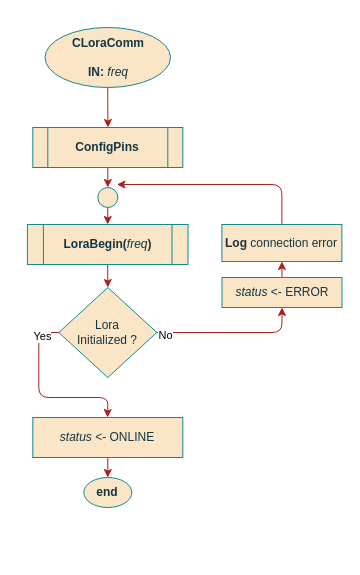
Earlier version of the draw.io diagram page "Constructor" (2 of 4) of documentation/flowcharts/02Classes/CLoraComm.drawio (ESRGgroup9/slipad). Source tidied: cells renumbered, new cells numbered last; positions are measured from the earlier drawing's top-left corner, leaving out a move shared by most shapes. Both pictures are drawn from the tidied source at 100%, with x=0, y=0 at pixel (27, 27).
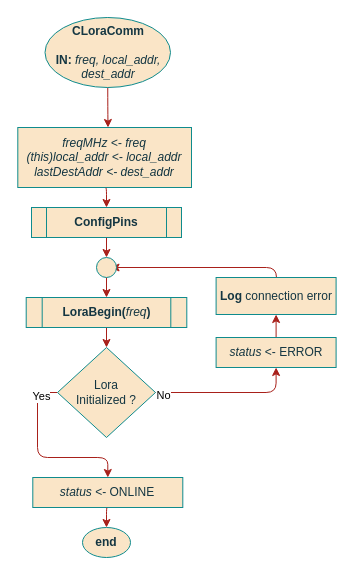
After the change.

Diff of the diagram source:
```diff
@@
-    <mxCell id="3" value="&lt;div&gt;CLoraComm&lt;/div&gt;&lt;div&gt;&lt;br&gt;&lt;/div&gt;&lt;div&gt;IN: &lt;span style=&quot;font-weight: normal&quot;&gt;&lt;i&gt;freq&lt;/i&gt;&lt;/span&gt;&lt;br&gt;&lt;/div&gt;" style="ellipse;whiteSpace=wrap;html=1;fillColor=#FAE5C7;strokeColor=#0F8B8D;fontColor=#143642;fontStyle=1;" parent="1" vertex="1">
-      <mxGeometry x="17.5" width="125.5" height="60" as="geometry" />
+    <mxCell id="3" value="&lt;div&gt;CLoraComm&lt;/div&gt;&lt;div&gt;&lt;br&gt;&lt;/div&gt;&lt;div&gt;IN: &lt;span style=&quot;font-weight: normal&quot;&gt;&lt;i&gt;freq, local_addr, dest_addr&lt;/i&gt;&lt;/span&gt;&lt;br&gt;&lt;/div&gt;" style="ellipse;whiteSpace=wrap;html=1;fillColor=#FAE5C7;strokeColor=#0F8B8D;fontColor=#143642;fontStyle=1;" parent="1" vertex="1">
+      <mxGeometry x="17.5" y="-10" width="125.5" height="70" as="geometry" />
     </mxCell>
     <mxCell id="4" value="end" style="ellipse;whiteSpace=wrap;html=1;fillColor=#FAE5C7;strokeColor=#0F8B8D;fontColor=#143642;fontStyle=1;" parent="1" vertex="1">
-      <mxGeometry x="56.3" y="450" width="48" height="30" as="geometry" />
+      <mxGeometry x="55" y="500" width="48" height="30" as="geometry" />
     </mxCell>
@@
     <mxCell id="6" value="LoraBegin(&lt;i&gt;&lt;span style=&quot;font-weight: normal&quot;&gt;freq&lt;/span&gt;&lt;/i&gt;)" style="shape=process;whiteSpace=wrap;html=1;backgroundOutline=1;rounded=0;sketch=0;fontColor=#143642;strokeColor=#0F8B8D;fillColor=#FAE5C7;fontStyle=1;" parent="1" vertex="1">
-      <mxGeometry x="-0.1" y="197" width="160.6" height="40" as="geometry" />
+      <mxGeometry x="-1.3" y="270" width="160.6" height="30" as="geometry" />
     </mxCell>
-    <mxCell id="7" style="edgeStyle=orthogonalEdgeStyle;rounded=1;jettySize=auto;html=1;exitX=0.5;exitY=0;exitDx=0;exitDy=0;fontSize=11;strokeColor=#A8201A;startArrow=none;" parent="1" edge="1" source="17">
+    <mxCell id="7" style="edgeStyle=orthogonalEdgeStyle;rounded=1;orthogonalLoop=1;jettySize=auto;html=1;fontSize=11;strokeColor=#A8201A;startArrow=none;" parent="1" edge="1">
       <mxGeometry relative="1" as="geometry">
-        <mxPoint x="89.4" y="157" as="targetPoint" />
+        <mxPoint x="249" y="280" as="sourcePoint" />
+        <mxPoint x="83.5" y="240" as="targetPoint" />
         <Array as="points">
-          <mxPoint x="254.4" y="157" />
+          <mxPoint x="248.5" y="240" />
         </Array>
       </mxGeometry>
     </mxCell>
@@
-    <mxCell id="10" style="edgeStyle=orthogonalEdgeStyle;rounded=1;jettySize=auto;html=1;exitX=0;exitY=0.5;exitDx=0;exitDy=0;strokeColor=#A8201A;" parent="1" edge="1" source="12">
-      <mxGeometry relative="1" as="geometry">
-        <mxPoint x="80" y="390" as="targetPoint" />
-      </mxGeometry>
+    <mxCell id="10" style="edgeStyle=orthogonalEdgeStyle;rounded=1;jettySize=auto;html=1;exitX=0;exitY=0.5;exitDx=0;exitDy=0;strokeColor=#A8201A;entryX=0.5;entryY=0;entryDx=0;entryDy=0;" parent="1" edge="1" source="12" target="19">
+      <mxGeometry relative="1" as="geometry" />
     </mxCell>
@@
     <mxCell id="12" value="&lt;div&gt;Lora&lt;/div&gt;&lt;div&gt;Initialized ?&lt;/div&gt;" style="rhombus;whiteSpace=wrap;html=1;rounded=0;sketch=0;fontColor=#143642;strokeColor=#0F8B8D;fillColor=#FAE5C7;" parent="1" vertex="1">
-      <mxGeometry x="31.3" y="260" width="98" height="90" as="geometry" />
+      <mxGeometry x="30" y="320" width="98" height="90" as="geometry" />
     </mxCell>
@@
     <mxCell id="15" value="ConfigPins" style="shape=process;whiteSpace=wrap;html=1;backgroundOutline=1;rounded=0;sketch=0;fontColor=#143642;strokeColor=#0F8B8D;fillColor=#FAE5C7;fontStyle=1;" parent="1" vertex="1">
-      <mxGeometry x="5.3" y="100" width="150" height="40" as="geometry" />
+      <mxGeometry x="4" y="180" width="150" height="30" as="geometry" />
     </mxCell>
     <mxCell id="16" style="ellipse;whiteSpace=wrap;html=1;rounded=0;sketch=0;fontColor=#143642;strokeColor=#0F8B8D;fillColor=#FAE5C7;" parent="1" vertex="1">
-      <mxGeometry x="70.3" y="160" width="20" height="20" as="geometry" />
+      <mxGeometry x="69" y="230" width="20" height="20" as="geometry" />
     </mxCell>
     <mxCell id="17" value="&lt;b&gt;Log&lt;/b&gt; connection error" style="rounded=0;whiteSpace=wrap;html=1;sketch=0;fontColor=#143642;strokeColor=#0F8B8D;fillColor=#FAE5C7;" parent="1" vertex="1">
-      <mxGeometry x="194.4" y="197" width="120" height="37" as="geometry" />
+      <mxGeometry x="188.6" y="250" width="120" height="37" as="geometry" />
     </mxCell>
@@
     <mxCell id="19" value="&lt;i&gt;status&lt;/i&gt; &amp;lt;- ONLINE" style="rounded=0;whiteSpace=wrap;html=1;sketch=0;fontColor=#143642;strokeColor=#0F8B8D;fillColor=#FAE5C7;" parent="1" vertex="1">
-      <mxGeometry x="5.3" y="390" width="150" height="40" as="geometry" />
+      <mxGeometry x="5.3" y="450" width="150" height="30" as="geometry" />
     </mxCell>
@@
     <mxCell id="21" value="&lt;i&gt;status&lt;/i&gt; &amp;lt;- ERROR" style="rounded=0;whiteSpace=wrap;html=1;sketch=0;fontColor=#143642;strokeColor=#0F8B8D;fillColor=#FAE5C7;" parent="1" vertex="1">
-      <mxGeometry x="194.5" y="250" width="120" height="30" as="geometry" />
+      <mxGeometry x="188.6" y="310" width="120" height="30" as="geometry" />
     </mxCell>
+    <mxCell id="22" style="edgeStyle=orthogonalEdgeStyle;rounded=1;jettySize=auto;html=1;exitX=0.5;exitY=1;exitDx=0;exitDy=0;entryX=0.5;entryY=0;entryDx=0;entryDy=0;strokeColor=#A8201A;" parent="1" edge="1" source="23" target="15">
+      <mxGeometry relative="1" as="geometry" />
+    </mxCell>
+    <mxCell id="23" value="&lt;div&gt;freqMHz &amp;lt;- freq&lt;/div&gt;&lt;div&gt;(this)local_addr &amp;lt;- local_addr&lt;/div&gt;&lt;div&gt;lastDestAddr &amp;lt;- dest_addr&lt;br&gt;&lt;/div&gt;" style="rounded=0;whiteSpace=wrap;html=1;sketch=0;fontColor=#143642;strokeColor=#0F8B8D;fillColor=#FAE5C7;fontStyle=2;" parent="1" vertex="1">
+      <mxGeometry x="-9.7" y="100" width="173.7" height="60" as="geometry" />
+    </mxCell>
```
